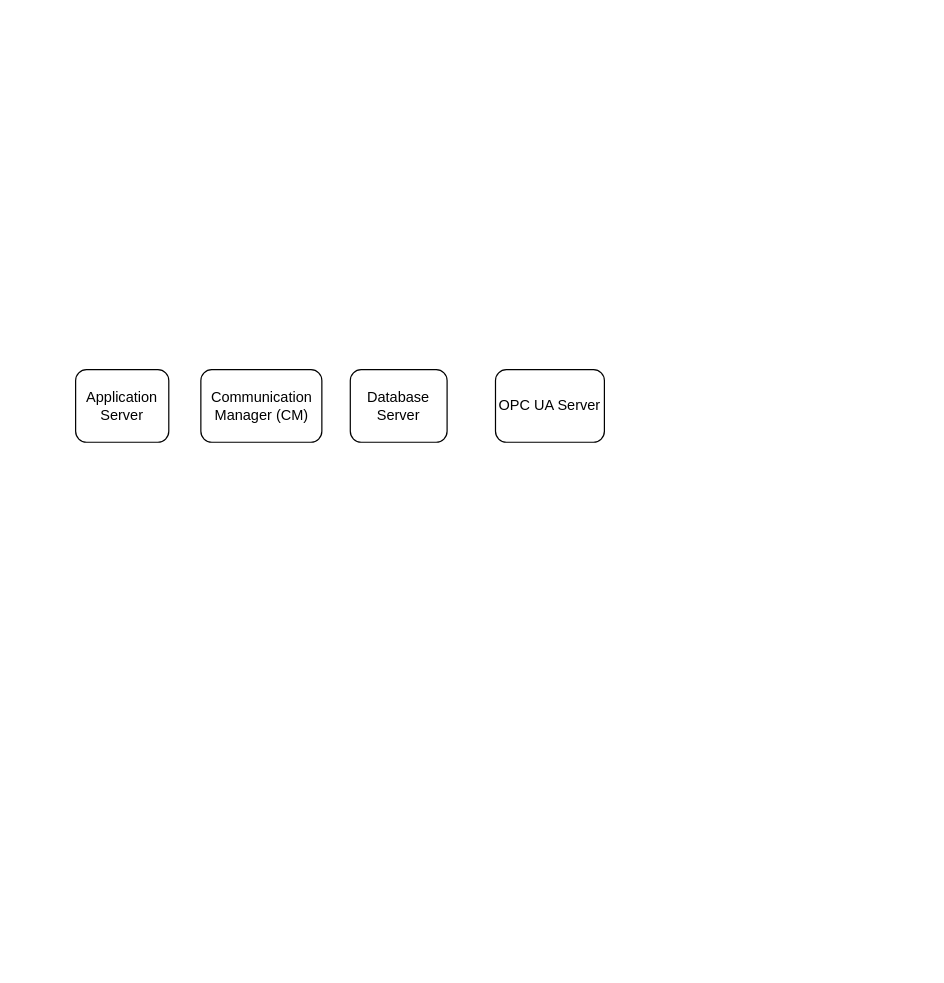
This is drawio/Untitled Diagram.drawio from ignaziopedone/drawio, a draw.io file, before an edit. Source tidied: cells renumbered, new cells numbered last; positions are measured from the earlier drawing's top-left corner, leaving out a move shared by most shapes. Both pictures are drawn from the tidied source at 121%, with x=0, y=0 at pixel (75, 369). Pictures stored in the file or linked from it are replaced by grey dashed boxes.
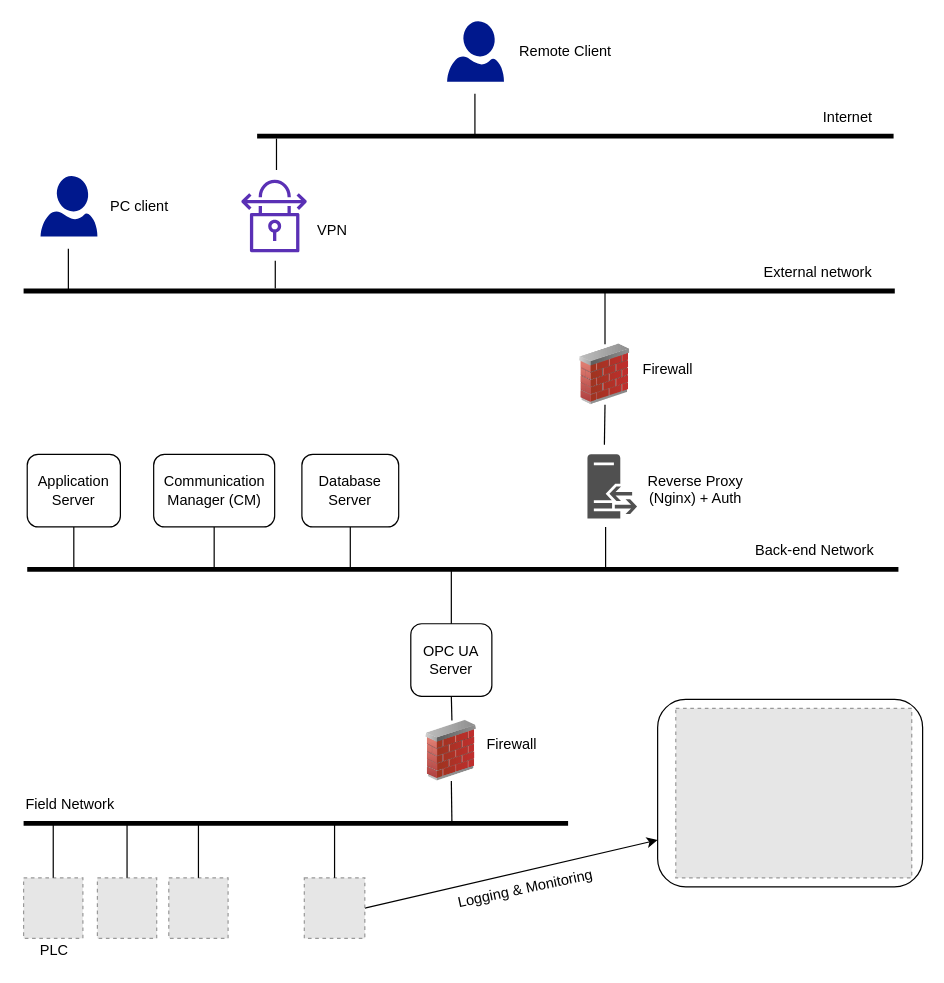
After the change.

Change to the diagram source:
```diff
@@
     <mxCell id="2" value="Application&lt;br&gt;Server" style="rounded=1;whiteSpace=wrap;html=1;" parent="1" vertex="1">
-      <mxGeometry width="77" height="60" as="geometry" />
+      <mxGeometry x="-40" y="70" width="77" height="60" as="geometry" />
     </mxCell>
     <mxCell id="3" value="Communication Manager (CM)" style="rounded=1;whiteSpace=wrap;html=1;" parent="1" vertex="1">
-      <mxGeometry x="103.5" width="100" height="60" as="geometry" />
+      <mxGeometry x="64.5" y="70" width="100" height="60" as="geometry" />
     </mxCell>
     <mxCell id="4" value="Database Server" style="rounded=1;whiteSpace=wrap;html=1;" parent="1" vertex="1">
-      <mxGeometry x="227" width="80" height="60" as="geometry" />
+      <mxGeometry x="187" y="70" width="80" height="60" as="geometry" />
     </mxCell>
     <mxCell id="5" value="OPC UA Server" style="rounded=1;whiteSpace=wrap;html=1;" parent="1" vertex="1">
-      <mxGeometry x="347" width="90" height="60" as="geometry" />
+      <mxGeometry x="277" y="210" width="67" height="60" as="geometry" />
     </mxCell>
+    <mxCell id="6" style="fillColor=#E6E6E6;strokeColor=#999999;dashed=1;verticalLabelPosition=bottom;verticalAlign=top;" parent="1" vertex="1">
+      <mxGeometry x="-43" y="420" width="49" height="50" as="geometry" />
+    </mxCell>
+    <mxCell id="7" style="fillColor=#E6E6E6;strokeColor=#999999;dashed=1;verticalLabelPosition=bottom;verticalAlign=top;" parent="1" vertex="1">
+      <mxGeometry x="18" y="420" width="49" height="50" as="geometry" />
+    </mxCell>
+    <mxCell id="8" style="fillColor=#E6E6E6;strokeColor=#999999;dashed=1;verticalLabelPosition=bottom;verticalAlign=top;" parent="1" vertex="1">
+      <mxGeometry x="77" y="420" width="49" height="50" as="geometry" />
+    </mxCell>
+    <mxCell id="9" style="rounded=0;jettySize=auto;html=1;exitX=1;exitY=0.5;exitDx=0;exitDy=0;entryX=0;entryY=0.75;entryDx=0;entryDy=0;elbow=vertical;" parent="1" edge="1" source="10" target="50">
+      <mxGeometry relative="1" as="geometry" />
+    </mxCell>
+    <mxCell id="10" style="fillColor=#E6E6E6;strokeColor=#999999;dashed=1;verticalLabelPosition=bottom;labelBackgroundColor=#ffffff;verticalAlign=top;" parent="1" vertex="1">
+      <mxGeometry x="189" y="420" width="50" height="50" as="geometry" />
+    </mxCell>
+    <mxCell id="11" style="endArrow=none;html=1;exitX=0.5;exitY=0;exitDx=0;exitDy=0;" parent="1" edge="1" source="6" target="12">
+      <mxGeometry relative="1" as="geometry" />
+    </mxCell>
+    <mxCell id="12" style="line;strokeWidth=4;html=1;perimeter=backbonePerimeter;points=[];outlineConnect=0;" parent="1" vertex="1">
+      <mxGeometry x="-43" y="370" width="450" height="10" as="geometry" />
+    </mxCell>
+    <mxCell id="13" value="Field Network" style="text;html=1;align=left;verticalAlign=top;spacingTop=-4;" parent="1" vertex="1">
+      <mxGeometry x="-43" y="350" width="90" height="20" as="geometry" />
+    </mxCell>
+    <mxCell id="14" style="endArrow=none;html=1;exitX=0.5;exitY=0;exitDx=0;exitDy=0;" parent="1" edge="1" source="7" target="12">
+      <mxGeometry relative="1" as="geometry" />
+    </mxCell>
+    <mxCell id="15" style="endArrow=none;html=1;exitX=0.5;exitY=0;exitDx=0;exitDy=0;" parent="1" edge="1" source="8" target="12">
+      <mxGeometry relative="1" as="geometry" />
+    </mxCell>
+    <mxCell id="16" style="endArrow=none;html=1;entryX=0.5;entryY=0;entryDx=0;entryDy=0;" parent="1" edge="1" source="12" target="10">
+      <mxGeometry relative="1" as="geometry" />
+    </mxCell>
+    <mxCell id="17" style="line;strokeWidth=4;html=1;perimeter=backbonePerimeter;points=[];outlineConnect=0;" parent="1" vertex="1">
+      <mxGeometry x="-40" y="160" width="720" height="10" as="geometry" />
+    </mxCell>
+    <mxCell id="18" style="endArrow=none;html=1;entryX=0.5;entryY=1;entryDx=0;entryDy=0;" parent="1" edge="1" source="17" target="2">
+      <mxGeometry relative="1" as="geometry" />
+    </mxCell>
+    <mxCell id="19" style="endArrow=none;html=1;entryX=0.5;entryY=1;entryDx=0;entryDy=0;" parent="1" edge="1" source="17" target="3">
+      <mxGeometry relative="1" as="geometry" />
+    </mxCell>
+    <mxCell id="20" style="endArrow=none;html=1;entryX=0.5;entryY=1;entryDx=0;entryDy=0;" parent="1" edge="1" source="17" target="4">
+      <mxGeometry relative="1" as="geometry" />
+    </mxCell>
+    <mxCell id="21" style="endArrow=none;html=1;entryX=0.5;entryY=0;entryDx=0;entryDy=0;" parent="1" edge="1" source="17" target="5">
+      <mxGeometry relative="1" as="geometry" />
+    </mxCell>
+    <mxCell id="22" value="Back-end Network" style="text;html=1;align=left;verticalAlign=top;spacingTop=-4;" parent="1" vertex="1">
+      <mxGeometry x="560" y="140" width="110" height="20" as="geometry" />
+    </mxCell>
+    <mxCell id="23" style="image;html=1;labelBackgroundColor=#ffffff;image=img/lib/clip_art/networking/Firewall_02_128x128.png;" parent="1" vertex="1">
+      <mxGeometry x="283.5" y="290" width="54" height="50" as="geometry" />
+    </mxCell>
+    <mxCell id="24" style="endArrow=none;html=1;exitX=0.5;exitY=1;exitDx=0;exitDy=0;" parent="1" edge="1" source="23">
+      <mxGeometry relative="1" as="geometry">
+        <mxPoint x="311" y="375" as="targetPoint" />
+      </mxGeometry>
+    </mxCell>
+    <mxCell id="25" style="endArrow=none;html=1;exitX=0.5;exitY=1;exitDx=0;exitDy=0;" parent="1" edge="1" source="5">
+      <mxGeometry relative="1" as="geometry">
+        <mxPoint x="311" y="290" as="targetPoint" />
+      </mxGeometry>
+    </mxCell>
+    <mxCell id="26" style="line;strokeWidth=4;html=1;perimeter=backbonePerimeter;points=[];outlineConnect=0;" parent="1" vertex="1">
+      <mxGeometry x="-43" y="-70" width="720" height="10" as="geometry" />
+    </mxCell>
+    <mxCell id="27" style="shadow=0;dashed=0;html=1;strokeColor=none;fillColor=#505050;labelPosition=center;verticalLabelPosition=bottom;verticalAlign=top;align=center;shape=mxgraph.office.servers.reverse_proxy;" parent="1" vertex="1">
+      <mxGeometry x="423" y="70" width="41" height="53" as="geometry" />
+    </mxCell>
+    <mxCell id="28" style="endArrow=none;html=1;" parent="1" edge="1">
+      <mxGeometry relative="1" as="geometry">
+        <mxPoint x="438" y="163" as="sourcePoint" />
+        <mxPoint x="438" y="130" as="targetPoint" />
+      </mxGeometry>
+    </mxCell>
+    <mxCell id="29" style="image;html=1;labelBackgroundColor=#ffffff;image=img/lib/clip_art/networking/Firewall_02_128x128.png;" parent="1" vertex="1">
+      <mxGeometry x="410.5" y="-21" width="54" height="50" as="geometry" />
+    </mxCell>
+    <mxCell id="30" style="endArrow=none;html=1;entryX=0.5;entryY=1;entryDx=0;entryDy=0;" parent="1" edge="1" target="29">
+      <mxGeometry relative="1" as="geometry">
+        <mxPoint x="437" y="62" as="sourcePoint" />
+      </mxGeometry>
+    </mxCell>
+    <mxCell id="31" style="endArrow=none;html=1;exitX=0.5;exitY=0;exitDx=0;exitDy=0;" parent="1" edge="1" source="29" target="26">
+      <mxGeometry relative="1" as="geometry" />
+    </mxCell>
+    <mxCell id="32" value="Firewall" style="text;html=1;align=left;verticalAlign=top;spacingTop=-4;" parent="1" vertex="1">
+      <mxGeometry x="467" y="-10" width="60" height="20" as="geometry" />
+    </mxCell>
+    <mxCell id="33" value="Firewall" style="text;html=1;align=left;verticalAlign=top;spacingTop=-4;" parent="1" vertex="1">
+      <mxGeometry x="337.5" y="300" width="60" height="20" as="geometry" />
+    </mxCell>
+    <mxCell id="34" value="Reverse Proxy&lt;br&gt;(Nginx) + Auth" style="text;html=1;align=center;verticalAlign=top;spacingTop=-4;" parent="1" vertex="1">
+      <mxGeometry x="467" y="82.5" width="90" height="30" as="geometry" />
+    </mxCell>
+    <mxCell id="35" value="External network" style="text;html=1;align=left;verticalAlign=top;spacingTop=-4;" parent="1" vertex="1">
+      <mxGeometry x="567" y="-90" width="100" height="20" as="geometry" />
+    </mxCell>
+    <mxCell id="36" style="shadow=0;dashed=0;html=1;strokeColor=none;labelPosition=center;verticalLabelPosition=bottom;verticalAlign=top;align=center;fillColor=#00188D;shape=mxgraph.azure.user;" parent="1" vertex="1">
+      <mxGeometry x="-29" y="-160" width="47" height="50" as="geometry" />
+    </mxCell>
+    <mxCell id="37" value="PC client" style="text;html=1;align=left;verticalAlign=top;spacingTop=-4;" parent="1" vertex="1">
+      <mxGeometry x="27" y="-145" width="60" height="20" as="geometry" />
+    </mxCell>
+    <mxCell id="38" style="endArrow=none;html=1;" parent="1" edge="1">
+      <mxGeometry relative="1" as="geometry">
+        <mxPoint x="-6" y="-65" as="sourcePoint" />
+        <mxPoint x="-6" y="-100" as="targetPoint" />
+      </mxGeometry>
+    </mxCell>
+    <mxCell id="39" style="endArrow=none;html=1;" parent="1" edge="1">
+      <mxGeometry relative="1" as="geometry">
+        <mxPoint x="165" y="-67" as="sourcePoint" />
+        <mxPoint x="165" y="-90" as="targetPoint" />
+      </mxGeometry>
+    </mxCell>
+    <mxCell id="40" style="fontColor=#232F3E;gradientColor=none;fillColor=#5A30B5;strokeColor=none;dashed=0;verticalLabelPosition=bottom;verticalAlign=top;align=center;html=1;fontSize=12;fontStyle=0;shape=mxgraph.aws4.vpn_connection;" parent="1" vertex="1">
+      <mxGeometry x="137" y="-157" width="54" height="60" as="geometry" />
+    </mxCell>
+    <mxCell id="41" style="line;strokeWidth=4;html=1;perimeter=backbonePerimeter;" parent="1" vertex="1">
+      <mxGeometry x="150" y="-198" width="526" height="10" as="geometry" />
+    </mxCell>
+    <mxCell id="42" style="endArrow=none;html=1;" parent="1" edge="1">
+      <mxGeometry relative="1" as="geometry">
+        <mxPoint x="166" y="-165" as="sourcePoint" />
+        <mxPoint x="166" y="-191" as="targetPoint" />
+      </mxGeometry>
+    </mxCell>
+    <mxCell id="43" value="Internet" style="text;html=1;align=left;verticalAlign=top;spacingTop=-4;" parent="1" vertex="1">
+      <mxGeometry x="616" y="-218" width="60" height="20" as="geometry" />
+    </mxCell>
+    <mxCell id="44" value="VPN" style="text;html=1;align=left;verticalAlign=top;spacingTop=-4;" parent="1" vertex="1">
+      <mxGeometry x="198" y="-125" width="40" height="20" as="geometry" />
+    </mxCell>
+    <mxCell id="45" style="shadow=0;dashed=0;html=1;strokeColor=none;labelPosition=center;verticalLabelPosition=bottom;verticalAlign=top;align=center;fillColor=#00188D;shape=mxgraph.azure.user;" parent="1" vertex="1">
+      <mxGeometry x="307" y="-288" width="47" height="50" as="geometry" />
+    </mxCell>
+    <mxCell id="46" style="endArrow=none;html=1;" parent="1" edge="1">
+      <mxGeometry relative="1" as="geometry">
+        <mxPoint x="330" y="-193" as="sourcePoint" />
+        <mxPoint x="330" y="-228" as="targetPoint" />
+      </mxGeometry>
+    </mxCell>
+    <mxCell id="47" value="Remote Client" style="text;html=1;align=left;verticalAlign=top;spacingTop=-4;" parent="1" vertex="1">
+      <mxGeometry x="364.5" y="-273" width="90" height="20" as="geometry" />
+    </mxCell>
+    <mxCell id="48" value="PLC" style="text;html=1;align=center;verticalAlign=top;spacingTop=-4;" parent="1" vertex="1">
+      <mxGeometry x="-38.5" y="470" width="40" height="20" as="geometry" />
+    </mxCell>
+    <mxCell id="49" style="fillColor=#E6E6E6;strokeColor=#999999;dashed=1;verticalLabelPosition=bottom;verticalAlign=top;" parent="1" vertex="1">
+      <mxGeometry x="496" y="280" width="195" height="140" as="geometry" />
+    </mxCell>
+    <mxCell id="50" style="rounded=1;whiteSpace=wrap;html=1;align=center;fillColor=none;" parent="1" vertex="1">
+      <mxGeometry x="481" y="272.5" width="219" height="155" as="geometry" />
+    </mxCell>
+    <mxCell id="51" value="Logging &amp;amp; Monitoring" style="text;html=1;align=left;verticalAlign=top;spacingTop=-4;rotation=348;" parent="1" vertex="1">
+      <mxGeometry x="313.5" y="417.5" width="130" height="20" as="geometry" />
+    </mxCell>
```
